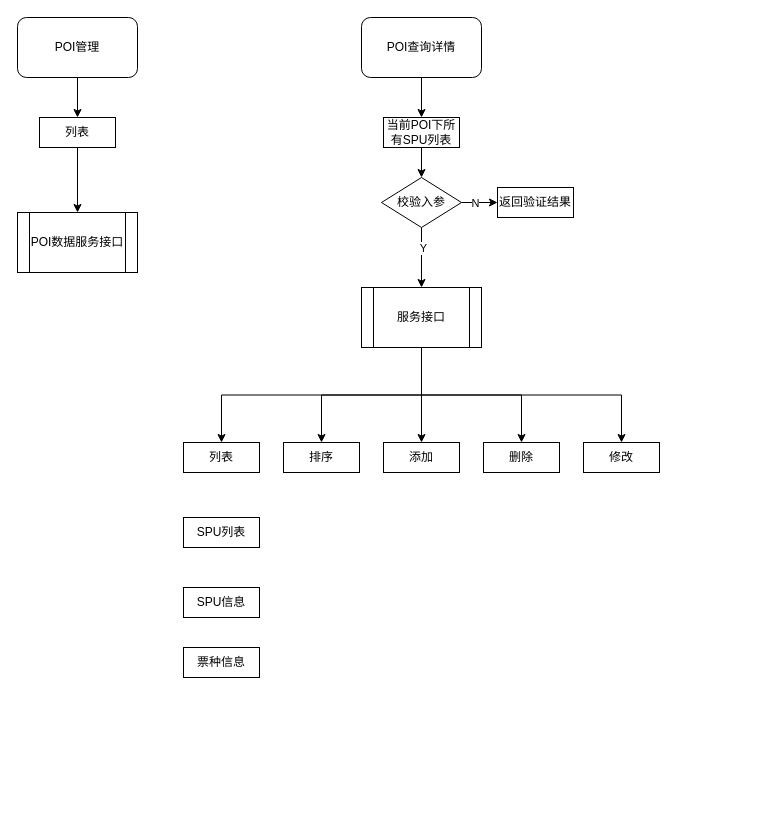
Above: page "POI管理" (2 of 2) of tour-product.drawio in liqiang0113/Project (draw.io), before the change. Source tidied: cells renumbered, new cells numbered last; positions are measured from the earlier drawing's top-left corner, leaving out a move shared by most shapes. Both pictures are drawn from the tidied source at 100%, with x=0, y=0 at pixel (17, 17).
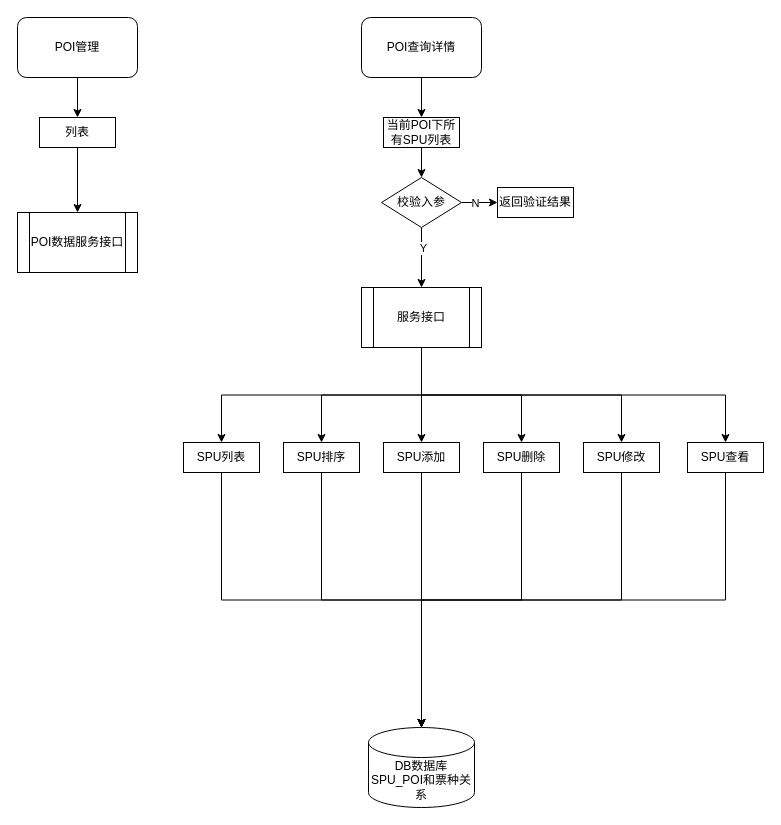
The same page after the edit.

Unchanged cells that the change refers to:
```xml
<mxCell id="16" value="服务接口" style="shape=process;whiteSpace=wrap;html=1;backgroundOutline=1;" parent="1" vertex="1">
  <mxGeometry x="344" y="270" width="120" height="60" as="geometry" />
</mxCell>
```

Change to the diagram source:
```diff
@@
+    <mxCell id="31" style="edgeStyle=orthogonalEdgeStyle;rounded=0;jettySize=auto;html=1;exitX=0.5;exitY=1;exitDx=0;exitDy=0;" parent="1" edge="1" source="16" target="39">
+      <mxGeometry relative="1" as="geometry" />
+    </mxCell>
@@
+    <mxCell id="32" style="edgeStyle=orthogonalEdgeStyle;rounded=0;jettySize=auto;html=1;exitX=0.5;exitY=1;exitDx=0;exitDy=0;" parent="1" edge="1" source="23" target="37">
+      <mxGeometry relative="1" as="geometry" />
+    </mxCell>
-    <mxCell id="23" value="列表" style="rounded=0;whiteSpace=wrap;html=1;" parent="1" vertex="1">
+    <mxCell id="23" value="SPU列表" style="rounded=0;whiteSpace=wrap;html=1;" parent="1" vertex="1">
       <mxGeometry x="166" y="425" width="76" height="30" as="geometry" />
     </mxCell>
+    <mxCell id="33" style="edgeStyle=orthogonalEdgeStyle;rounded=0;jettySize=auto;html=1;exitX=0.5;exitY=1;exitDx=0;exitDy=0;" parent="1" edge="1" source="24" target="37">
+      <mxGeometry relative="1" as="geometry" />
+    </mxCell>
-    <mxCell id="24" value="排序" style="rounded=0;whiteSpace=wrap;html=1;" parent="1" vertex="1">
+    <mxCell id="24" value="SPU排序" style="rounded=0;whiteSpace=wrap;html=1;" parent="1" vertex="1">
       <mxGeometry x="266" y="425" width="76" height="30" as="geometry" />
     </mxCell>
+    <mxCell id="34" style="edgeStyle=orthogonalEdgeStyle;rounded=0;jettySize=auto;html=1;exitX=0.5;exitY=1;exitDx=0;exitDy=0;" parent="1" edge="1" source="25" target="37">
+      <mxGeometry relative="1" as="geometry" />
+    </mxCell>
-    <mxCell id="25" value="添加" style="rounded=0;whiteSpace=wrap;html=1;" parent="1" vertex="1">
+    <mxCell id="25" value="SPU添加" style="rounded=0;whiteSpace=wrap;html=1;" parent="1" vertex="1">
       <mxGeometry x="366" y="425" width="76" height="30" as="geometry" />
     </mxCell>
+    <mxCell id="35" style="edgeStyle=orthogonalEdgeStyle;rounded=0;jettySize=auto;html=1;exitX=0.5;exitY=1;exitDx=0;exitDy=0;entryX=0.5;entryY=0;entryDx=0;entryDy=0;entryPerimeter=0;" parent="1" edge="1" source="26" target="37">
+      <mxGeometry relative="1" as="geometry" />
+    </mxCell>
-    <mxCell id="26" value="删除" style="rounded=0;whiteSpace=wrap;html=1;" parent="1" vertex="1">
+    <mxCell id="26" value="SPU删除" style="rounded=0;whiteSpace=wrap;html=1;" parent="1" vertex="1">
       <mxGeometry x="466" y="425" width="76" height="30" as="geometry" />
     </mxCell>
+    <mxCell id="36" style="edgeStyle=orthogonalEdgeStyle;rounded=0;jettySize=auto;html=1;exitX=0.5;exitY=1;exitDx=0;exitDy=0;" parent="1" edge="1" source="27" target="37">
+      <mxGeometry relative="1" as="geometry" />
+    </mxCell>
-    <mxCell id="27" value="修改" style="rounded=0;whiteSpace=wrap;html=1;" parent="1" vertex="1">
+    <mxCell id="27" value="SPU修改" style="rounded=0;whiteSpace=wrap;html=1;" parent="1" vertex="1">
       <mxGeometry x="566" y="425" width="76" height="30" as="geometry" />
     </mxCell>
-    <mxCell id="28" value="SPU列表" style="rounded=0;whiteSpace=wrap;html=1;" parent="1" vertex="1">
-      <mxGeometry x="166" y="500" width="76" height="30" as="geometry" />
-    </mxCell>
-    <mxCell id="29" value="SPU信息" style="rounded=0;whiteSpace=wrap;html=1;" parent="1" vertex="1">
-      <mxGeometry x="166" y="570" width="76" height="30" as="geometry" />
-    </mxCell>
-    <mxCell id="30" value="票种信息" style="rounded=0;whiteSpace=wrap;html=1;" parent="1" vertex="1">
-      <mxGeometry x="166" y="630" width="76" height="30" as="geometry" />
-    </mxCell>
+    <mxCell id="37" value="DB数据库&lt;br&gt;SPU_POI和票种关系" style="shape=cylinder3;whiteSpace=wrap;html=1;boundedLbl=1;backgroundOutline=1;size=15;" parent="1" vertex="1">
+      <mxGeometry x="351" y="710" width="106" height="80" as="geometry" />
+    </mxCell>
+    <mxCell id="38" style="edgeStyle=orthogonalEdgeStyle;rounded=0;jettySize=auto;html=1;exitX=0.5;exitY=1;exitDx=0;exitDy=0;entryX=0.5;entryY=0;entryDx=0;entryDy=0;entryPerimeter=0;" parent="1" edge="1" source="39" target="37">
+      <mxGeometry relative="1" as="geometry" />
+    </mxCell>
+    <mxCell id="39" value="SPU查看" style="rounded=0;whiteSpace=wrap;html=1;" parent="1" vertex="1">
+      <mxGeometry x="670" y="425" width="76" height="30" as="geometry" />
+    </mxCell>
```
